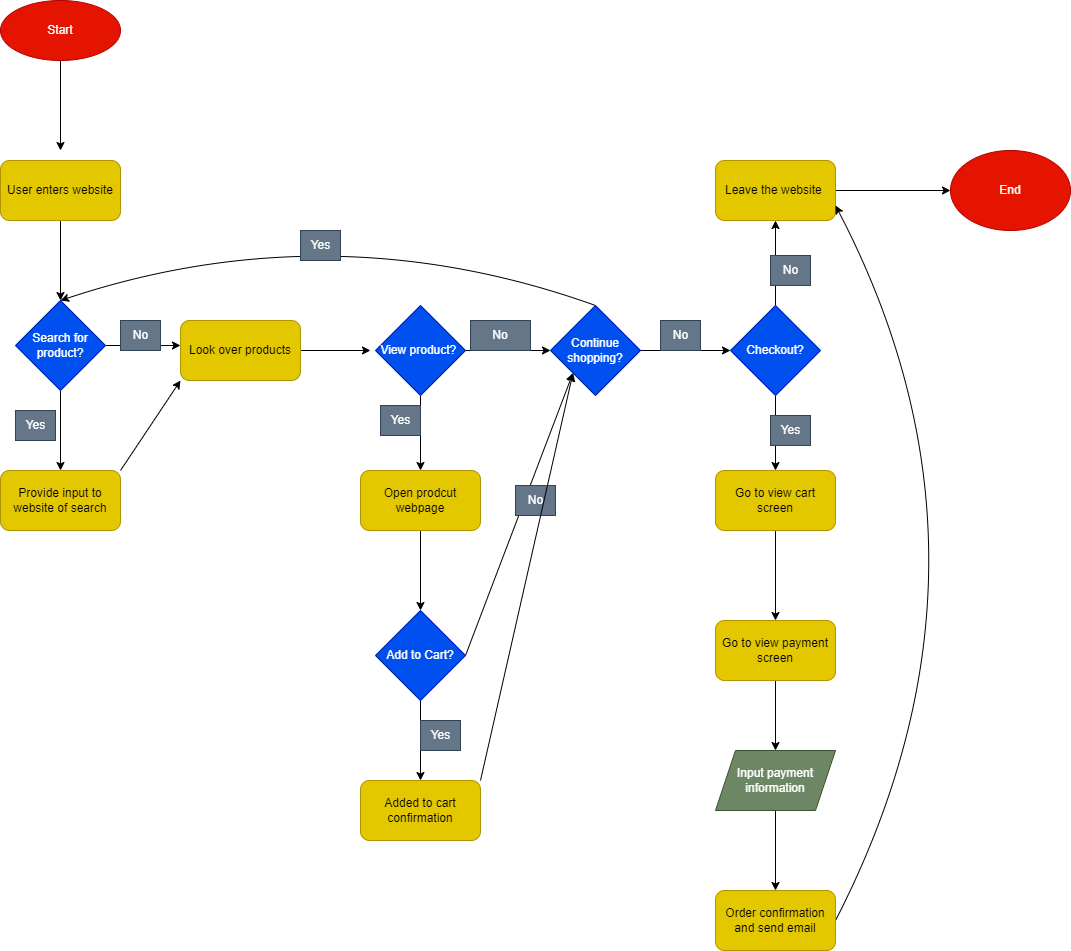
The draw.io diagram explore/diagramming/diagram.drawio.png in beliang/sp23-cse110-lab4, before a commit. Source tidied: cells renumbered, new cells last; positions are measured from the earlier drawing's top-left corner, leaving out a move shared by most shapes.
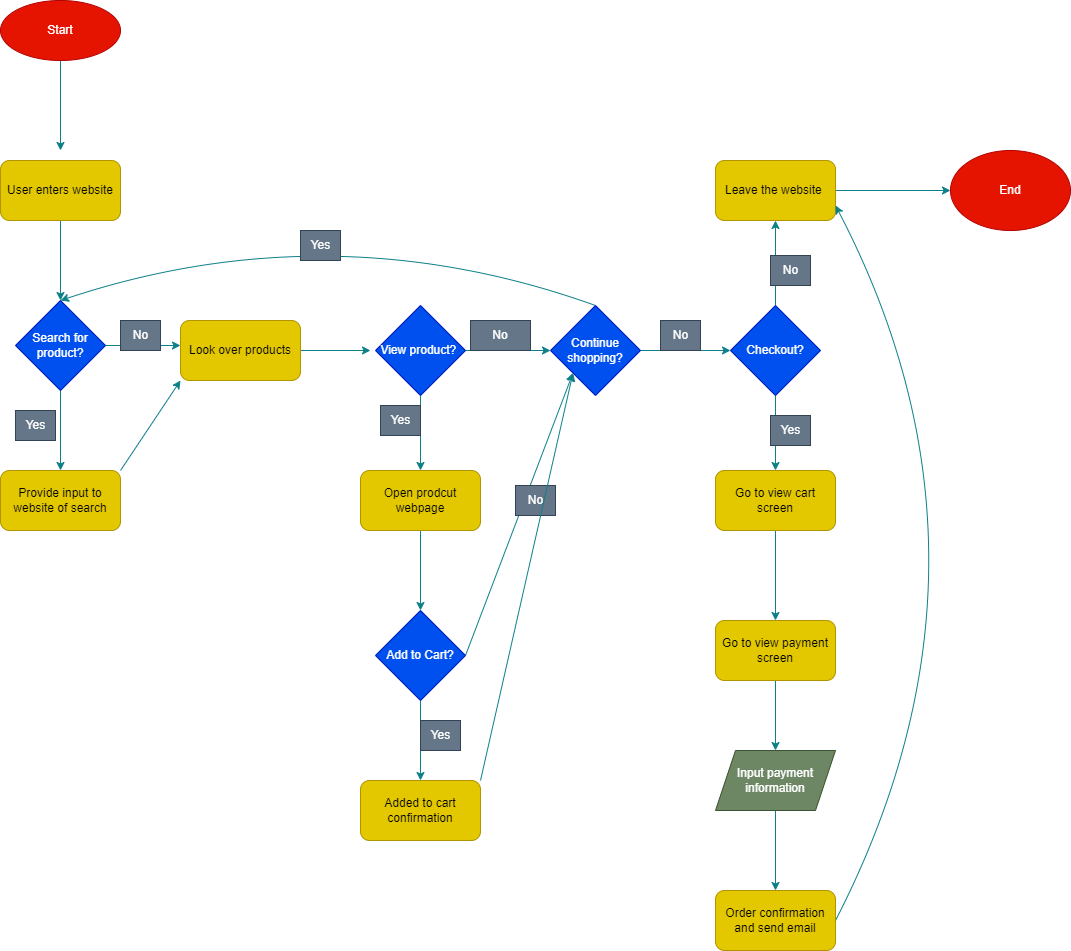
Later version of the same file.

Commit message:
Fix line colors

Diff of the diagram source:
```diff
@@ -2,7 +2,7 @@
   <root>
     <mxCell id="0" />
     <mxCell id="1" parent="0" />
-    <mxCell id="2" style="edgeStyle=none;html=1;exitX=0.5;exitY=1;exitDx=0;exitDy=0;" parent="1" edge="1" source="3">
+    <mxCell id="2" style="edgeStyle=none;html=1;exitX=0.5;exitY=1;exitDx=0;exitDy=0;fillColor=#b0e3e6;strokeColor=#0e8088;" parent="1" edge="1" source="3">
       <mxGeometry relative="1" as="geometry">
         <mxPoint x="60" y="150" as="targetPoint" />
       </mxGeometry>
@@ -10,7 +10,7 @@
     <mxCell id="3" value="Start" style="ellipse;whiteSpace=wrap;html=1;fillColor=#e51400;fontColor=#ffffff;strokeColor=#B20000;" parent="1" vertex="1">
       <mxGeometry width="120" height="60" as="geometry" />
     </mxCell>
-    <mxCell id="4" style="edgeStyle=none;html=1;exitX=0.5;exitY=1;exitDx=0;exitDy=0;" parent="1" edge="1" source="5">
+    <mxCell id="4" style="edgeStyle=none;html=1;exitX=0.5;exitY=1;exitDx=0;exitDy=0;fillColor=#b0e3e6;strokeColor=#0e8088;" parent="1" edge="1" source="5">
       <mxGeometry relative="1" as="geometry">
         <mxPoint x="60" y="300" as="targetPoint" />
       </mxGeometry>
@@ -18,12 +18,12 @@
     <mxCell id="5" value="User enters website" style="rounded=1;whiteSpace=wrap;html=1;fillColor=#e3c800;fontColor=#000000;strokeColor=#B09500;" parent="1" vertex="1">
       <mxGeometry y="160" width="120" height="60" as="geometry" />
     </mxCell>
-    <mxCell id="6" style="edgeStyle=none;html=1;exitX=1;exitY=0.5;exitDx=0;exitDy=0;" parent="1" edge="1" source="8">
+    <mxCell id="6" style="edgeStyle=none;html=1;exitX=1;exitY=0.5;exitDx=0;exitDy=0;fillColor=#b0e3e6;strokeColor=#0e8088;" parent="1" edge="1" source="8">
       <mxGeometry relative="1" as="geometry">
         <mxPoint x="180" y="345" as="targetPoint" />
       </mxGeometry>
     </mxCell>
-    <mxCell id="7" style="edgeStyle=none;html=1;exitX=0.5;exitY=1;exitDx=0;exitDy=0;" parent="1" edge="1" source="8">
+    <mxCell id="7" style="edgeStyle=none;html=1;exitX=0.5;exitY=1;exitDx=0;exitDy=0;fillColor=#b0e3e6;strokeColor=#0e8088;" parent="1" edge="1" source="8">
       <mxGeometry relative="1" as="geometry">
         <mxPoint x="60" y="470" as="targetPoint" />
       </mxGeometry>
@@ -37,13 +37,13 @@
     <mxCell id="10" value="Yes" style="text;html=1;align=center;verticalAlign=middle;strokeColor=#314354;fillColor=#647687;fontColor=#ffffff;" parent="1" vertex="1">
       <mxGeometry x="15" y="410" width="40" height="30" as="geometry" />
     </mxCell>
-    <mxCell id="11" style="edgeStyle=none;html=1;exitX=1;exitY=0;exitDx=0;exitDy=0;entryX=0;entryY=1;entryDx=0;entryDy=0;" parent="1" edge="1" source="12" target="14">
+    <mxCell id="11" style="edgeStyle=none;html=1;exitX=1;exitY=0;exitDx=0;exitDy=0;entryX=0;entryY=1;entryDx=0;entryDy=0;fillColor=#b0e3e6;strokeColor=#0e8088;" parent="1" edge="1" source="12" target="14">
       <mxGeometry relative="1" as="geometry" />
     </mxCell>
     <mxCell id="12" value="Provide input to website of search" style="rounded=1;whiteSpace=wrap;html=1;fillColor=#e3c800;fontColor=#000000;strokeColor=#B09500;" parent="1" vertex="1">
       <mxGeometry y="470" width="120" height="60" as="geometry" />
     </mxCell>
-    <mxCell id="13" style="edgeStyle=none;html=1;exitX=1;exitY=0.5;exitDx=0;exitDy=0;" parent="1" edge="1" source="14">
+    <mxCell id="13" style="edgeStyle=none;html=1;exitX=1;exitY=0.5;exitDx=0;exitDy=0;fillColor=#b0e3e6;strokeColor=#0e8088;" parent="1" edge="1" source="14">
       <mxGeometry relative="1" as="geometry">
         <mxPoint x="370" y="350" as="targetPoint" />
       </mxGeometry>
@@ -51,12 +51,12 @@
     <mxCell id="14" value="Look over products" style="rounded=1;whiteSpace=wrap;html=1;fillColor=#e3c800;fontColor=#000000;strokeColor=#B09500;" parent="1" vertex="1">
       <mxGeometry x="180" y="320" width="120" height="60" as="geometry" />
     </mxCell>
-    <mxCell id="15" style="edgeStyle=none;html=1;exitX=0.5;exitY=1;exitDx=0;exitDy=0;" parent="1" edge="1" source="17">
+    <mxCell id="15" style="edgeStyle=none;html=1;exitX=0.5;exitY=1;exitDx=0;exitDy=0;fillColor=#b0e3e6;strokeColor=#0e8088;" parent="1" edge="1" source="17">
       <mxGeometry relative="1" as="geometry">
         <mxPoint x="420" y="470" as="targetPoint" />
       </mxGeometry>
     </mxCell>
-    <mxCell id="16" style="edgeStyle=none;html=1;exitX=1;exitY=0.5;exitDx=0;exitDy=0;" parent="1" edge="1" source="17">
+    <mxCell id="16" style="edgeStyle=none;html=1;exitX=1;exitY=0.5;exitDx=0;exitDy=0;fillColor=#b0e3e6;strokeColor=#0e8088;" parent="1" edge="1" source="17">
       <mxGeometry relative="1" as="geometry">
         <mxPoint x="550" y="350" as="targetPoint" />
       </mxGeometry>
@@ -70,10 +70,10 @@
     <mxCell id="19" value="Yes" style="text;html=1;align=center;verticalAlign=middle;strokeColor=#314354;fillColor=#647687;fontColor=#ffffff;" parent="1" vertex="1">
       <mxGeometry x="380" y="405" width="40" height="30" as="geometry" />
     </mxCell>
-    <mxCell id="20" style="edgeStyle=none;html=1;exitX=1;exitY=0.5;exitDx=0;exitDy=0;entryX=0;entryY=1;entryDx=0;entryDy=0;" parent="1" edge="1" source="22" target="28">
+    <mxCell id="20" style="edgeStyle=none;html=1;exitX=1;exitY=0.5;exitDx=0;exitDy=0;entryX=0;entryY=1;entryDx=0;entryDy=0;fillColor=#b0e3e6;strokeColor=#0e8088;" parent="1" edge="1" source="22" target="28">
       <mxGeometry relative="1" as="geometry" />
     </mxCell>
-    <mxCell id="21" style="edgeStyle=none;html=1;exitX=0.5;exitY=1;exitDx=0;exitDy=0;" parent="1" edge="1" source="22">
+    <mxCell id="21" style="edgeStyle=none;html=1;exitX=0.5;exitY=1;exitDx=0;exitDy=0;fillColor=#b0e3e6;strokeColor=#0e8088;" parent="1" edge="1" source="22">
       <mxGeometry relative="1" as="geometry">
         <mxPoint x="420" y="780" as="targetPoint" />
       </mxGeometry>
@@ -81,7 +81,7 @@
     <mxCell id="22" value="Add to Cart?" style="rhombus;whiteSpace=wrap;html=1;fillColor=#0050ef;fontColor=#ffffff;strokeColor=#001DBC;" parent="1" vertex="1">
       <mxGeometry x="375" y="610" width="90" height="90" as="geometry" />
     </mxCell>
-    <mxCell id="23" style="edgeStyle=none;html=1;exitX=0.5;exitY=1;exitDx=0;exitDy=0;" parent="1" edge="1" source="24">
+    <mxCell id="23" style="edgeStyle=none;html=1;exitX=0.5;exitY=1;exitDx=0;exitDy=0;fillColor=#b0e3e6;strokeColor=#0e8088;" parent="1" edge="1" source="24">
       <mxGeometry relative="1" as="geometry">
         <mxPoint x="420" y="610" as="targetPoint" />
       </mxGeometry>
@@ -92,14 +92,14 @@
     <mxCell id="25" value="No" style="text;html=1;align=center;verticalAlign=middle;strokeColor=#314354;fillColor=#647687;fontColor=#ffffff;" parent="1" vertex="1">
       <mxGeometry x="515" y="485" width="40" height="30" as="geometry" />
     </mxCell>
-    <mxCell id="26" style="edgeStyle=none;html=1;exitX=0.5;exitY=0;exitDx=0;exitDy=0;entryX=0.5;entryY=0;entryDx=0;entryDy=0;curved=1;" parent="1" edge="1" source="28" target="8">
+    <mxCell id="26" style="edgeStyle=none;html=1;exitX=0.5;exitY=0;exitDx=0;exitDy=0;entryX=0.5;entryY=0;entryDx=0;entryDy=0;curved=1;fillColor=#b0e3e6;strokeColor=#0e8088;" parent="1" edge="1" source="28" target="8">
       <mxGeometry relative="1" as="geometry">
         <Array as="points">
           <mxPoint x="330" y="210" />
         </Array>
       </mxGeometry>
     </mxCell>
-    <mxCell id="27" style="edgeStyle=none;curved=1;html=1;exitX=1;exitY=0.5;exitDx=0;exitDy=0;" parent="1" edge="1" source="28">
+    <mxCell id="27" style="edgeStyle=none;curved=1;html=1;exitX=1;exitY=0.5;exitDx=0;exitDy=0;fillColor=#b0e3e6;strokeColor=#0e8088;" parent="1" edge="1" source="28">
       <mxGeometry relative="1" as="geometry">
         <mxPoint x="730" y="350" as="targetPoint" />
       </mxGeometry>
@@ -110,7 +110,7 @@
     <mxCell id="29" value="Yes" style="text;html=1;align=center;verticalAlign=middle;strokeColor=#314354;fillColor=#647687;fontColor=#ffffff;" parent="1" vertex="1">
       <mxGeometry x="420" y="720" width="40" height="30" as="geometry" />
     </mxCell>
-    <mxCell id="30" style="edgeStyle=none;html=1;exitX=1;exitY=0;exitDx=0;exitDy=0;entryX=0;entryY=1;entryDx=0;entryDy=0;" parent="1" edge="1" source="31" target="28">
+    <mxCell id="30" style="edgeStyle=none;html=1;exitX=1;exitY=0;exitDx=0;exitDy=0;entryX=0;entryY=1;entryDx=0;entryDy=0;fillColor=#b0e3e6;strokeColor=#0e8088;" parent="1" edge="1" source="31" target="28">
       <mxGeometry relative="1" as="geometry" />
     </mxCell>
     <mxCell id="31" value="Added to cart confirmation" style="rounded=1;whiteSpace=wrap;html=1;fillColor=#e3c800;fontColor=#000000;strokeColor=#B09500;" parent="1" vertex="1">
@@ -122,12 +122,12 @@
     <mxCell id="33" value="No" style="text;html=1;align=center;verticalAlign=middle;strokeColor=#314354;fillColor=#647687;fontColor=#ffffff;" parent="1" vertex="1">
       <mxGeometry x="660" y="320" width="40" height="30" as="geometry" />
     </mxCell>
-    <mxCell id="34" style="edgeStyle=none;curved=1;html=1;exitX=0.5;exitY=0;exitDx=0;exitDy=0;" parent="1" edge="1" source="36">
+    <mxCell id="34" style="edgeStyle=none;curved=1;html=1;exitX=0.5;exitY=0;exitDx=0;exitDy=0;fillColor=#b0e3e6;strokeColor=#0e8088;" parent="1" edge="1" source="36">
       <mxGeometry relative="1" as="geometry">
         <mxPoint x="775" y="220" as="targetPoint" />
       </mxGeometry>
     </mxCell>
-    <mxCell id="35" style="edgeStyle=none;curved=1;html=1;exitX=0.5;exitY=1;exitDx=0;exitDy=0;" parent="1" edge="1" source="36">
+    <mxCell id="35" style="edgeStyle=none;curved=1;html=1;exitX=0.5;exitY=1;exitDx=0;exitDy=0;fillColor=#b0e3e6;strokeColor=#0e8088;" parent="1" edge="1" source="36">
       <mxGeometry relative="1" as="geometry">
         <mxPoint x="775" y="470" as="targetPoint" />
       </mxGeometry>
@@ -138,7 +138,7 @@
     <mxCell id="37" value="No" style="text;html=1;align=center;verticalAlign=middle;strokeColor=#314354;fillColor=#647687;fontColor=#ffffff;" parent="1" vertex="1">
       <mxGeometry x="770" y="255" width="40" height="30" as="geometry" />
     </mxCell>
-    <mxCell id="38" style="edgeStyle=none;curved=1;html=1;exitX=1;exitY=0.5;exitDx=0;exitDy=0;" parent="1" edge="1" source="39">
+    <mxCell id="38" style="edgeStyle=none;curved=1;html=1;exitX=1;exitY=0.5;exitDx=0;exitDy=0;fillColor=#b0e3e6;strokeColor=#0e8088;" parent="1" edge="1" source="39">
       <mxGeometry relative="1" as="geometry">
         <mxPoint x="950" y="190" as="targetPoint" />
       </mxGeometry>
@@ -149,7 +149,7 @@
     <mxCell id="40" value="Yes" style="text;html=1;align=center;verticalAlign=middle;strokeColor=#314354;fillColor=#647687;fontColor=#ffffff;" parent="1" vertex="1">
       <mxGeometry x="770" y="415" width="40" height="30" as="geometry" />
     </mxCell>
-    <mxCell id="41" style="edgeStyle=none;curved=1;html=1;exitX=0.5;exitY=1;exitDx=0;exitDy=0;" parent="1" edge="1" source="42">
+    <mxCell id="41" style="edgeStyle=none;curved=1;html=1;exitX=0.5;exitY=1;exitDx=0;exitDy=0;fillColor=#b0e3e6;strokeColor=#0e8088;" parent="1" edge="1" source="42">
       <mxGeometry relative="1" as="geometry">
         <mxPoint x="775" y="620" as="targetPoint" />
       </mxGeometry>
@@ -157,13 +157,13 @@
     <mxCell id="42" value="Go to view cart screen" style="rounded=1;whiteSpace=wrap;html=1;fillColor=#e3c800;fontColor=#000000;strokeColor=#B09500;" parent="1" vertex="1">
       <mxGeometry x="715" y="470" width="120" height="60" as="geometry" />
     </mxCell>
-    <mxCell id="43" style="edgeStyle=none;curved=1;html=1;exitX=0.5;exitY=1;exitDx=0;exitDy=0;entryX=0.5;entryY=0;entryDx=0;entryDy=0;" parent="1" edge="1" source="44" target="46">
+    <mxCell id="43" style="edgeStyle=none;curved=1;html=1;exitX=0.5;exitY=1;exitDx=0;exitDy=0;entryX=0.5;entryY=0;entryDx=0;entryDy=0;fillColor=#b0e3e6;strokeColor=#0e8088;" parent="1" edge="1" source="44" target="46">
       <mxGeometry relative="1" as="geometry" />
     </mxCell>
     <mxCell id="44" value="Go to view payment screen" style="rounded=1;whiteSpace=wrap;html=1;fillColor=#e3c800;fontColor=#000000;strokeColor=#B09500;" parent="1" vertex="1">
       <mxGeometry x="715" y="620" width="120" height="60" as="geometry" />
     </mxCell>
-    <mxCell id="45" style="edgeStyle=none;curved=1;html=1;exitX=0.5;exitY=1;exitDx=0;exitDy=0;" parent="1" edge="1" source="46">
+    <mxCell id="45" style="edgeStyle=none;curved=1;html=1;exitX=0.5;exitY=1;exitDx=0;exitDy=0;fillColor=#b0e3e6;strokeColor=#0e8088;" parent="1" edge="1" source="46">
       <mxGeometry relative="1" as="geometry">
         <mxPoint x="775" y="890" as="targetPoint" />
       </mxGeometry>
@@ -171,7 +171,7 @@
     <mxCell id="46" value="Input payment information" style="shape=parallelogram;perimeter=parallelogramPerimeter;whiteSpace=wrap;html=1;fixedSize=1;fillColor=#6d8764;fontColor=#ffffff;strokeColor=#3A5431;" parent="1" vertex="1">
       <mxGeometry x="715" y="750" width="120" height="60" as="geometry" />
     </mxCell>
-    <mxCell id="47" style="edgeStyle=none;curved=1;html=1;exitX=1;exitY=0.5;exitDx=0;exitDy=0;entryX=1;entryY=0.75;entryDx=0;entryDy=0;" parent="1" edge="1" source="48" target="39">
+    <mxCell id="47" style="edgeStyle=none;curved=1;html=1;exitX=1;exitY=0.5;exitDx=0;exitDy=0;entryX=1;entryY=0.75;entryDx=0;entryDy=0;fillColor=#b0e3e6;strokeColor=#0e8088;" parent="1" edge="1" source="48" target="39">
       <mxGeometry relative="1" as="geometry">
         <Array as="points">
           <mxPoint x="1020" y="560" />
```
